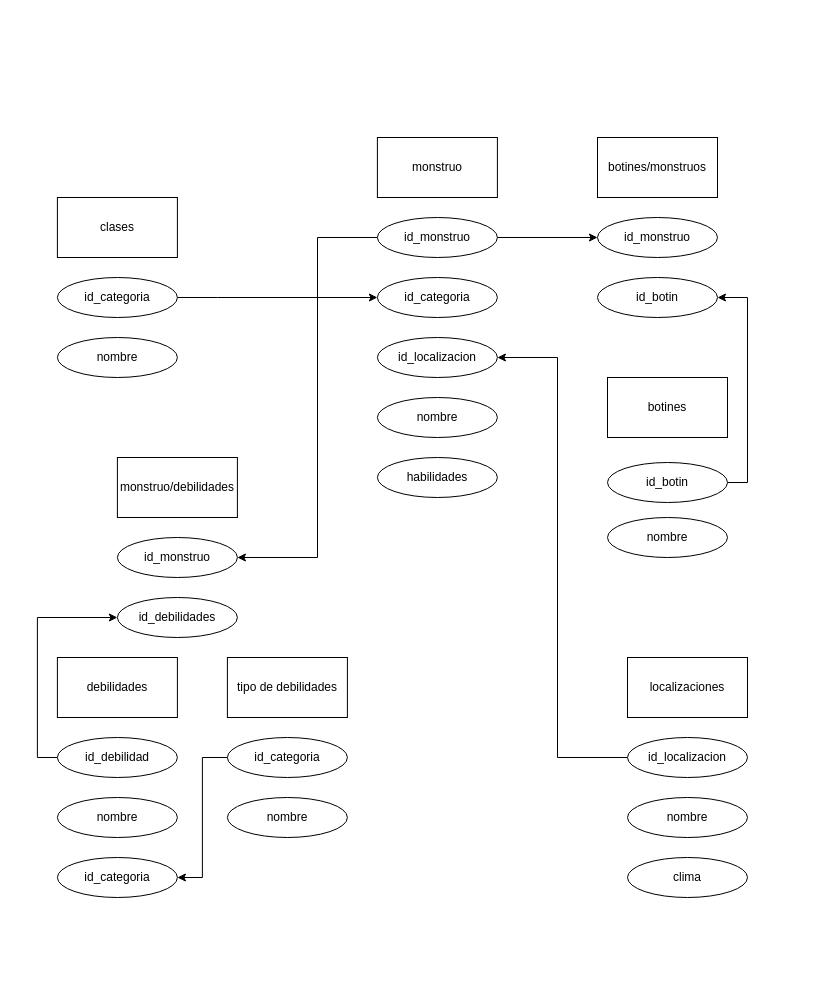
This is DiagramaBestiario.drawio from Fede-Diiorio/TheWitcherScript, a draw.io file, before an edit. Source tidied: cells renumbered, new cells numbered last; positions are measured from the earlier drawing's top-left corner, leaving out a move shared by most shapes. Both pictures are drawn from the tidied source at 100%, with x=0, y=0 at pixel (57, 137).
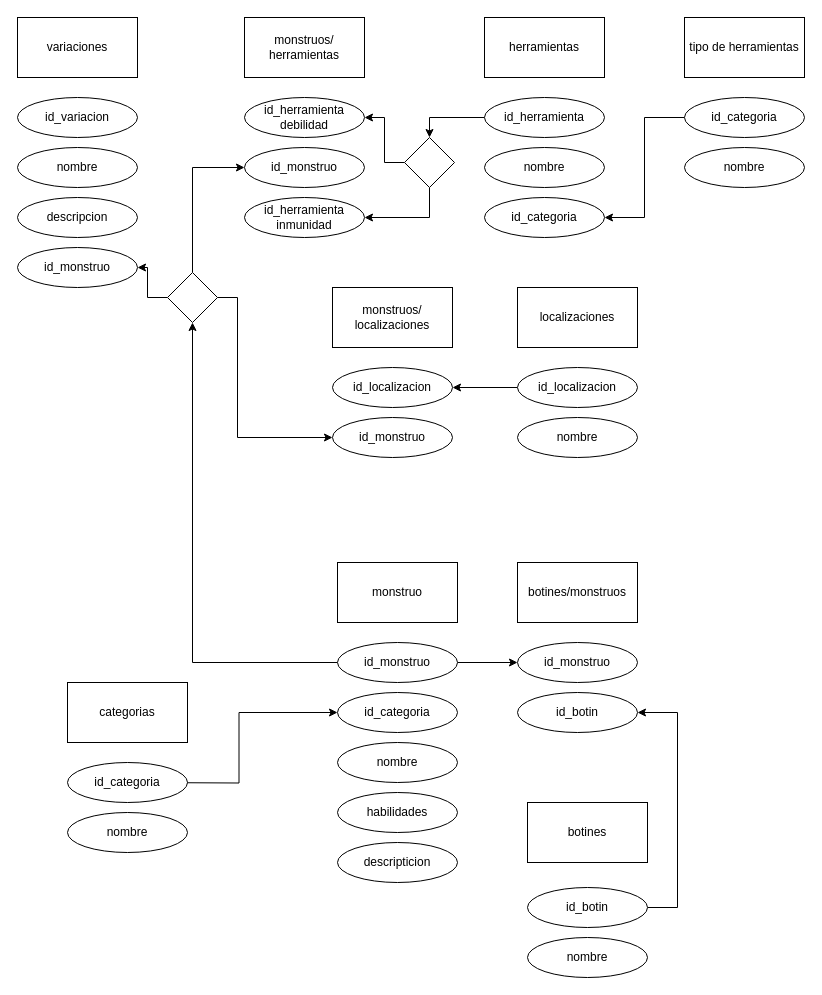
Above is the later version.

Commit message (it also covers changes not shown here):
Se modificaron las tablas para alojar los datos de forma correcta

Change to the diagram source:
```diff
@@
-    <mxCell id="2" value="clases" style="rounded=0;whiteSpace=wrap;html=1;" parent="1" vertex="1">
-      <mxGeometry x="-0.1" y="60" width="120" height="60" as="geometry" />
+    <mxCell id="2" value="categorias" style="rounded=0;whiteSpace=wrap;html=1;" parent="1" vertex="1">
+      <mxGeometry x="10" y="545" width="120" height="60" as="geometry" />
     </mxCell>
-    <mxCell id="3" style="edgeStyle=orthogonalEdgeStyle;rounded=0;jettySize=auto;html=1;exitX=1;exitY=0.5;exitDx=0;exitDy=0;entryX=0;entryY=0.5;entryDx=0;entryDy=0;" parent="1" edge="1" source="4" target="10">
-      <mxGeometry relative="1" as="geometry">
-        <Array as="points">
-          <mxPoint x="159.9" y="160" />
-          <mxPoint x="159.9" y="160" />
-        </Array>
-      </mxGeometry>
-    </mxCell>
+    <mxCell id="38" style="edgeStyle=orthogonalEdgeStyle;rounded=0;jettySize=auto;html=1;exitX=1;exitY=0.5;exitDx=0;exitDy=0;entryX=0;entryY=0.5;entryDx=0;entryDy=0;" parent="1" edge="1" target="10">
+      <mxGeometry relative="1" as="geometry">
+        <mxPoint x="82" y="645" as="sourcePoint" />
+      </mxGeometry>
+    </mxCell>
     <mxCell id="4" value="id_categoria" style="ellipse;whiteSpace=wrap;html=1;" parent="1" vertex="1">
-      <mxGeometry x="-0.1" y="140" width="120" height="40" as="geometry" />
+      <mxGeometry x="10" y="625" width="120" height="40" as="geometry" />
     </mxCell>
     <mxCell id="5" value="nombre" style="ellipse;whiteSpace=wrap;html=1;" parent="1" vertex="1">
-      <mxGeometry x="-0.1" y="200" width="120" height="40" as="geometry" />
+      <mxGeometry x="10" y="675" width="120" height="40" as="geometry" />
     </mxCell>
     <mxCell id="6" value="monstruo" style="rounded=0;whiteSpace=wrap;html=1;" parent="1" vertex="1">
-      <mxGeometry x="319.9" width="120" height="60" as="geometry" />
+      <mxGeometry x="280" y="425" width="120" height="60" as="geometry" />
     </mxCell>
-    <mxCell id="7" style="edgeStyle=orthogonalEdgeStyle;rounded=0;jettySize=auto;html=1;exitX=0;exitY=0.5;exitDx=0;exitDy=0;entryX=1;entryY=0.5;entryDx=0;entryDy=0;" parent="1" edge="1" source="9" target="32">
-      <mxGeometry relative="1" as="geometry">
-        <Array as="points">
-          <mxPoint x="260" y="100" />
-          <mxPoint x="260" y="420" />
-        </Array>
-      </mxGeometry>
-    </mxCell>
@@
+    <mxCell id="39" style="edgeStyle=orthogonalEdgeStyle;rounded=0;jettySize=auto;html=1;exitX=0;exitY=0.5;exitDx=0;exitDy=0;entryX=0.5;entryY=1;entryDx=0;entryDy=0;" parent="1" edge="1" source="9" target="49">
+      <mxGeometry relative="1" as="geometry" />
+    </mxCell>
     <mxCell id="9" value="id_monstruo" style="ellipse;whiteSpace=wrap;html=1;" parent="1" vertex="1">
-      <mxGeometry x="319.9" y="80" width="120" height="40" as="geometry" />
+      <mxGeometry x="280" y="505" width="120" height="40" as="geometry" />
     </mxCell>
     <mxCell id="10" value="id_categoria" style="ellipse;whiteSpace=wrap;html=1;" parent="1" vertex="1">
-      <mxGeometry x="319.9" y="140" width="120" height="40" as="geometry" />
+      <mxGeometry x="280" y="555" width="120" height="40" as="geometry" />
     </mxCell>
-    <mxCell id="11" value="id_localizacion" style="ellipse;whiteSpace=wrap;html=1;" parent="1" vertex="1">
-      <mxGeometry x="319.9" y="200" width="120" height="40" as="geometry" />
-    </mxCell>
     <mxCell id="12" value="localizaciones" style="rounded=0;whiteSpace=wrap;html=1;" parent="1" vertex="1">
-      <mxGeometry x="570" y="520" width="120" height="60" as="geometry" />
+      <mxGeometry x="460" y="150" width="120" height="60" as="geometry" />
     </mxCell>
     <mxCell id="13" value="habilidades" style="ellipse;whiteSpace=wrap;html=1;" parent="1" vertex="1">
-      <mxGeometry x="319.9" y="320" width="120" height="40" as="geometry" />
+      <mxGeometry x="280" y="655" width="120" height="40" as="geometry" />
     </mxCell>
     <mxCell id="14" style="edgeStyle=orthogonalEdgeStyle;rounded=0;jettySize=auto;html=1;exitX=0;exitY=0.5;exitDx=0;exitDy=0;entryX=1;entryY=0.5;entryDx=0;entryDy=0;" parent="1" edge="1" source="15" target="11">
-      <mxGeometry relative="1" as="geometry">
-        <Array as="points">
-          <mxPoint x="500" y="620" />
-          <mxPoint x="500" y="220" />
-        </Array>
-      </mxGeometry>
+      <mxGeometry relative="1" as="geometry" />
     </mxCell>
     <mxCell id="15" value="id_localizacion" style="ellipse;whiteSpace=wrap;html=1;" parent="1" vertex="1">
-      <mxGeometry x="570" y="600" width="120" height="40" as="geometry" />
+      <mxGeometry x="460" y="230" width="120" height="40" as="geometry" />
     </mxCell>
     <mxCell id="16" value="nombre" style="ellipse;whiteSpace=wrap;html=1;" parent="1" vertex="1">
-      <mxGeometry x="570" y="660" width="120" height="40" as="geometry" />
+      <mxGeometry x="460" y="280" width="120" height="40" as="geometry" />
     </mxCell>
-    <mxCell id="17" value="clima" style="ellipse;whiteSpace=wrap;html=1;" parent="1" vertex="1">
-      <mxGeometry x="570" y="720" width="120" height="40" as="geometry" />
-    </mxCell>
-    <mxCell id="18" value="debilidades" style="rounded=0;whiteSpace=wrap;html=1;" parent="1" vertex="1">
-      <mxGeometry x="-0.1" y="520" width="120" height="60" as="geometry" />
+    <mxCell id="18" value="herramientas" style="rounded=0;whiteSpace=wrap;html=1;" parent="1" vertex="1">
+      <mxGeometry x="427" y="-120" width="120" height="60" as="geometry" />
     </mxCell>
-    <mxCell id="19" value="tipo de debilidades" style="rounded=0;whiteSpace=wrap;html=1;" parent="1" vertex="1">
-      <mxGeometry x="169.9" y="520" width="120" height="60" as="geometry" />
+    <mxCell id="19" value="tipo de herramientas" style="rounded=0;whiteSpace=wrap;html=1;" parent="1" vertex="1">
+      <mxGeometry x="627" y="-120" width="120" height="60" as="geometry" />
     </mxCell>
-    <mxCell id="20" style="edgeStyle=orthogonalEdgeStyle;rounded=0;jettySize=auto;html=1;exitX=0;exitY=0.5;exitDx=0;exitDy=0;entryX=0;entryY=0.5;entryDx=0;entryDy=0;" parent="1" edge="1" source="21" target="33">
-      <mxGeometry relative="1" as="geometry" />
-    </mxCell>
+    <mxCell id="40" style="edgeStyle=orthogonalEdgeStyle;rounded=0;jettySize=auto;html=1;exitX=0;exitY=0.5;exitDx=0;exitDy=0;entryX=0.5;entryY=0;entryDx=0;entryDy=0;" parent="1" edge="1" source="21" target="54">
+      <mxGeometry relative="1" as="geometry" />
+    </mxCell>
-    <mxCell id="21" value="id_debilidad" style="ellipse;whiteSpace=wrap;html=1;" parent="1" vertex="1">
-      <mxGeometry x="-0.1" y="600" width="120" height="40" as="geometry" />
+    <mxCell id="21" value="id_herramienta" style="ellipse;whiteSpace=wrap;html=1;" parent="1" vertex="1">
+      <mxGeometry x="427" y="-40" width="120" height="40" as="geometry" />
     </mxCell>
     <mxCell id="22" value="nombre" style="ellipse;whiteSpace=wrap;html=1;" parent="1" vertex="1">
-      <mxGeometry x="-0.1" y="660" width="120" height="40" as="geometry" />
+      <mxGeometry x="427" y="10" width="120" height="40" as="geometry" />
     </mxCell>
@@
     <mxCell id="24" value="id_categoria" style="ellipse;whiteSpace=wrap;html=1;" parent="1" vertex="1">
-      <mxGeometry x="169.9" y="600" width="120" height="40" as="geometry" />
+      <mxGeometry x="627" y="-40" width="120" height="40" as="geometry" />
     </mxCell>
     <mxCell id="25" value="nombre" style="ellipse;whiteSpace=wrap;html=1;" parent="1" vertex="1">
-      <mxGeometry x="169.9" y="660" width="120" height="40" as="geometry" />
+      <mxGeometry x="627" y="10" width="120" height="40" as="geometry" />
     </mxCell>
     <mxCell id="26" value="botines" style="rounded=0;whiteSpace=wrap;html=1;" parent="1" vertex="1">
-      <mxGeometry x="550" y="240" width="120" height="60" as="geometry" />
+      <mxGeometry x="470" y="665" width="120" height="60" as="geometry" />
     </mxCell>
     <mxCell id="27" style="edgeStyle=orthogonalEdgeStyle;rounded=0;jettySize=auto;html=1;exitX=1;exitY=0.5;exitDx=0;exitDy=0;entryX=1;entryY=0.5;entryDx=0;entryDy=0;" parent="1" edge="1" source="28" target="37">
-      <mxGeometry relative="1" as="geometry" />
+      <mxGeometry relative="1" as="geometry">
+        <Array as="points">
+          <mxPoint x="620" y="770" />
+          <mxPoint x="620" y="575" />
+        </Array>
+      </mxGeometry>
     </mxCell>
     <mxCell id="28" value="id_botin" style="ellipse;whiteSpace=wrap;html=1;" parent="1" vertex="1">
-      <mxGeometry x="550" y="325" width="120" height="40" as="geometry" />
+      <mxGeometry x="470" y="750" width="120" height="40" as="geometry" />
     </mxCell>
     <mxCell id="29" value="nombre" style="ellipse;whiteSpace=wrap;html=1;" parent="1" vertex="1">
-      <mxGeometry x="550" y="380" width="120" height="40" as="geometry" />
+      <mxGeometry x="470" y="800" width="120" height="40" as="geometry" />
     </mxCell>
     <mxCell id="30" value="id_categoria" style="ellipse;whiteSpace=wrap;html=1;" parent="1" vertex="1">
-      <mxGeometry x="-0.1" y="720" width="120" height="40" as="geometry" />
+      <mxGeometry x="427" y="60" width="120" height="40" as="geometry" />
     </mxCell>
-    <mxCell id="31" value="monstruo/debilidades" style="rounded=0;whiteSpace=wrap;html=1;" parent="1" vertex="1">
-      <mxGeometry x="59.9" y="320" width="120" height="60" as="geometry" />
+    <mxCell id="31" value="monstruos/&lt;div&gt;herramientas&lt;/div&gt;" style="rounded=0;whiteSpace=wrap;html=1;" parent="1" vertex="1">
+      <mxGeometry x="187" y="-120" width="120" height="60" as="geometry" />
     </mxCell>
     <mxCell id="32" value="id_monstruo" style="ellipse;whiteSpace=wrap;html=1;" parent="1" vertex="1">
-      <mxGeometry x="59.9" y="400" width="120" height="40" as="geometry" />
+      <mxGeometry x="187" y="10" width="120" height="40" as="geometry" />
     </mxCell>
-    <mxCell id="33" value="id_debilidades" style="ellipse;whiteSpace=wrap;html=1;" parent="1" vertex="1">
-      <mxGeometry x="59.9" y="460" width="120" height="40" as="geometry" />
+    <mxCell id="33" value="id_herramienta debilidad" style="ellipse;whiteSpace=wrap;html=1;" parent="1" vertex="1">
+      <mxGeometry x="187" y="-40" width="120" height="40" as="geometry" />
     </mxCell>
     <mxCell id="34" value="nombre" style="ellipse;whiteSpace=wrap;html=1;" parent="1" vertex="1">
-      <mxGeometry x="319.9" y="260" width="120" height="40" as="geometry" />
+      <mxGeometry x="280" y="605" width="120" height="40" as="geometry" />
     </mxCell>
     <mxCell id="35" value="botines/monstruos" style="rounded=0;whiteSpace=wrap;html=1;" parent="1" vertex="1">
-      <mxGeometry x="540" width="120" height="60" as="geometry" />
+      <mxGeometry x="460" y="425" width="120" height="60" as="geometry" />
     </mxCell>
     <mxCell id="36" value="id_monstruo" style="ellipse;whiteSpace=wrap;html=1;" parent="1" vertex="1">
-      <mxGeometry x="540" y="80" width="120" height="40" as="geometry" />
+      <mxGeometry x="460" y="505" width="120" height="40" as="geometry" />
     </mxCell>
     <mxCell id="37" value="id_botin" style="ellipse;whiteSpace=wrap;html=1;" parent="1" vertex="1">
-      <mxGeometry x="540" y="140" width="120" height="40" as="geometry" />
+      <mxGeometry x="460" y="555" width="120" height="40" as="geometry" />
     </mxCell>
+    <mxCell id="41" value="variaciones" style="rounded=0;whiteSpace=wrap;html=1;" parent="1" vertex="1">
+      <mxGeometry x="-40" y="-120" width="120" height="60" as="geometry" />
+    </mxCell>
+    <mxCell id="42" value="id_variacion" style="ellipse;whiteSpace=wrap;html=1;" parent="1" vertex="1">
+      <mxGeometry x="-40" y="-40" width="120" height="40" as="geometry" />
+    </mxCell>
+    <mxCell id="43" value="nombre" style="ellipse;whiteSpace=wrap;html=1;" parent="1" vertex="1">
+      <mxGeometry x="-40" y="10" width="120" height="40" as="geometry" />
+    </mxCell>
+    <mxCell id="44" value="descripcion" style="ellipse;whiteSpace=wrap;html=1;" parent="1" vertex="1">
+      <mxGeometry x="-40" y="60" width="120" height="40" as="geometry" />
+    </mxCell>
+    <mxCell id="45" value="id_monstruo" style="ellipse;whiteSpace=wrap;html=1;" parent="1" vertex="1">
+      <mxGeometry x="-40" y="110" width="120" height="40" as="geometry" />
+    </mxCell>
+    <mxCell id="46" style="edgeStyle=orthogonalEdgeStyle;rounded=0;jettySize=auto;html=1;exitX=0;exitY=0.5;exitDx=0;exitDy=0;entryX=1;entryY=0.5;entryDx=0;entryDy=0;" parent="1" edge="1" source="49" target="45">
+      <mxGeometry relative="1" as="geometry" />
+    </mxCell>
+    <mxCell id="47" style="edgeStyle=orthogonalEdgeStyle;rounded=0;jettySize=auto;html=1;exitX=1;exitY=0.5;exitDx=0;exitDy=0;entryX=0;entryY=0.5;entryDx=0;entryDy=0;" parent="1" edge="1" source="49" target="56">
+      <mxGeometry relative="1" as="geometry">
+        <Array as="points">
+          <mxPoint x="180" y="160" />
+          <mxPoint x="180" y="300" />
+        </Array>
+      </mxGeometry>
+    </mxCell>
+    <mxCell id="48" style="edgeStyle=orthogonalEdgeStyle;rounded=0;jettySize=auto;html=1;exitX=0.5;exitY=0;exitDx=0;exitDy=0;entryX=0;entryY=0.5;entryDx=0;entryDy=0;" parent="1" edge="1" source="49" target="32">
+      <mxGeometry relative="1" as="geometry" />
+    </mxCell>
+    <mxCell id="49" style="rhombus;whiteSpace=wrap;html=1;" parent="1" vertex="1">
+      <mxGeometry x="110" y="135" width="50" height="50" as="geometry" />
+    </mxCell>
+    <mxCell id="50" value="descripticion" style="ellipse;whiteSpace=wrap;html=1;" parent="1" vertex="1">
+      <mxGeometry x="280" y="705" width="120" height="40" as="geometry" />
+    </mxCell>
+    <mxCell id="51" value="id_herramienta inmunidad" style="ellipse;whiteSpace=wrap;html=1;" parent="1" vertex="1">
+      <mxGeometry x="187" y="60" width="120" height="40" as="geometry" />
+    </mxCell>
+    <mxCell id="52" style="edgeStyle=orthogonalEdgeStyle;rounded=0;jettySize=auto;html=1;exitX=0;exitY=0.5;exitDx=0;exitDy=0;entryX=1;entryY=0.5;entryDx=0;entryDy=0;" parent="1" edge="1" source="54" target="33">
+      <mxGeometry relative="1" as="geometry" />
+    </mxCell>
+    <mxCell id="53" style="edgeStyle=orthogonalEdgeStyle;rounded=0;jettySize=auto;html=1;exitX=0.5;exitY=1;exitDx=0;exitDy=0;entryX=1;entryY=0.5;entryDx=0;entryDy=0;" parent="1" edge="1" source="54" target="51">
+      <mxGeometry relative="1" as="geometry" />
+    </mxCell>
+    <mxCell id="54" style="rhombus;whiteSpace=wrap;html=1;" parent="1" vertex="1">
+      <mxGeometry x="347" width="50" height="50" as="geometry" />
+    </mxCell>
+    <mxCell id="55" value="monstruos/&lt;div&gt;localizaciones&lt;/div&gt;" style="rounded=0;whiteSpace=wrap;html=1;" parent="1" vertex="1">
+      <mxGeometry x="275" y="150" width="120" height="60" as="geometry" />
+    </mxCell>
+    <mxCell id="11" value="id_localizacion" style="ellipse;whiteSpace=wrap;html=1;" parent="1" vertex="1">
+      <mxGeometry x="275" y="230" width="120" height="40" as="geometry" />
+    </mxCell>
+    <mxCell id="56" value="id_monstruo" style="ellipse;whiteSpace=wrap;html=1;" parent="1" vertex="1">
+      <mxGeometry x="275" y="280" width="120" height="40" as="geometry" />
+    </mxCell>
```
